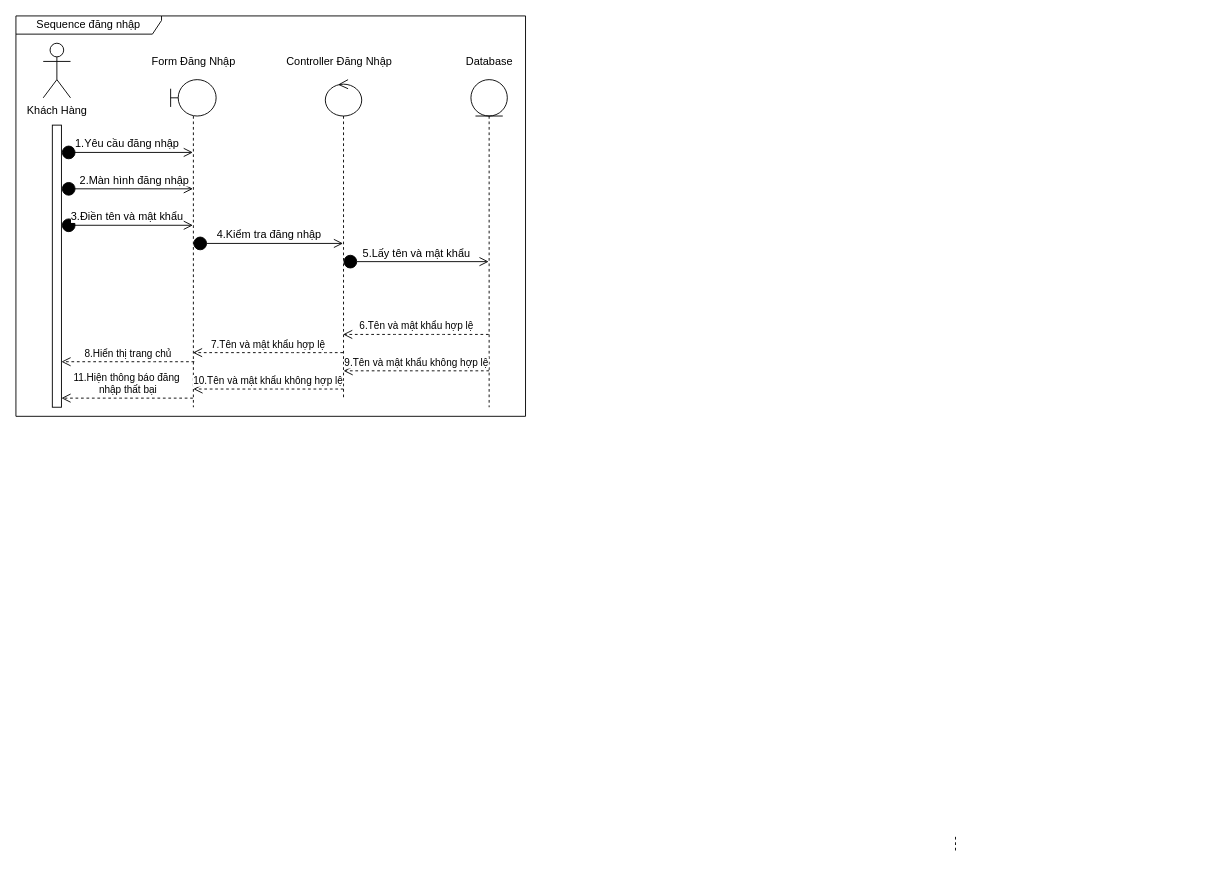
This is page "Page-1" (1 of 2) of img/bai1.drawio from truongflute/truongflute.github.io, a draw.io file, before an edit. Source tidied: cells renumbered, new cells numbered last; positions are measured from the earlier drawing's top-left corner, leaving out a move shared by most shapes. Both pictures are drawn from the tidied source at 91%, with x=0, y=0 at pixel (15, 15).
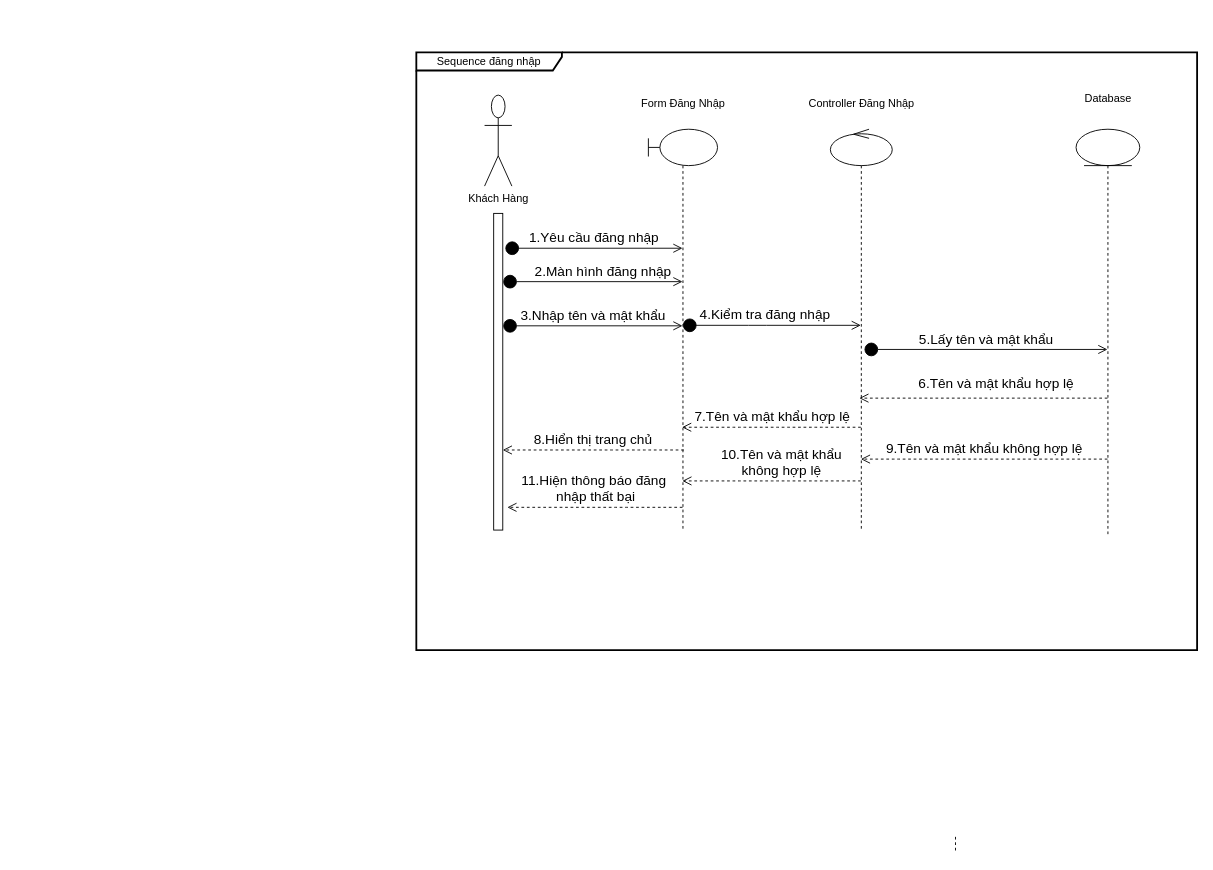
Above is the later version.

Diff of the diagram source:
```diff
@@
     <mxCell id="3" style="shape=umlLifeline;participant=umlBoundary;perimeter=lifelinePerimeter;whiteSpace=wrap;html=1;verticalAlign=top;spacingTop=36;outlineConnect=0;" parent="1" vertex="1">
-      <mxGeometry x="170" y="70" width="50" height="360" as="geometry" />
+      <mxGeometry x="695" y="124.5" width="76" height="440.5" as="geometry" />
     </mxCell>
     <mxCell id="4" style="shape=umlLifeline;participant=umlEntity;perimeter=lifelinePerimeter;whiteSpace=wrap;html=1;verticalAlign=top;spacingTop=36;outlineConnect=0;" parent="1" vertex="1">
-      <mxGeometry x="500" y="70" width="40" height="360" as="geometry" />
+      <mxGeometry x="1165" y="124.5" width="70" height="446.2" as="geometry" />
     </mxCell>
     <mxCell id="5" style="shape=umlLifeline;participant=umlControl;perimeter=lifelinePerimeter;whiteSpace=wrap;html=1;verticalAlign=top;spacingTop=36;outlineConnect=0;" parent="1" vertex="1">
-      <mxGeometry x="340" y="70" width="40" height="350" as="geometry" />
+      <mxGeometry x="895" y="124.5" width="68" height="442" as="geometry" />
     </mxCell>
+    <mxCell id="16" value="&lt;span style=&quot;font-size: 15px&quot;&gt;5.Lấy tên và mật khẩu&lt;/span&gt;" style="html=1;verticalAlign=bottom;startArrow=circle;startFill=1;endArrow=open;startSize=6;endSize=8;strokeWidth=1;" parent="5" edge="1" target="4">
+      <mxGeometry relative="1" as="geometry">
+        <mxPoint x="37" y="242" as="sourcePoint" />
+      </mxGeometry>
+    </mxCell>
     <mxCell id="6" value="Form Đăng Nhập&lt;br&gt;" style="text;html=1;align=center;verticalAlign=middle;" parent="1" vertex="1">
-      <mxGeometry x="140" y="40" width="110" height="20" as="geometry" />
+      <mxGeometry x="678" y="87" width="110" height="20" as="geometry" />
     </mxCell>
     <mxCell id="7" value="Controller Đăng Nhập&lt;br&gt;" style="text;html=1;align=center;verticalAlign=middle;" parent="1" vertex="1">
-      <mxGeometry x="290" y="40" width="130" height="20" as="geometry" />
+      <mxGeometry x="864" y="87" width="130" height="20" as="geometry" />
     </mxCell>
     <mxCell id="8" value="Database" style="text;html=1;align=center;verticalAlign=middle;" parent="1" vertex="1">
-      <mxGeometry x="485" y="40" width="70" height="20" as="geometry" />
+      <mxGeometry x="1165" y="80.5" width="70" height="20" as="geometry" />
     </mxCell>
-    <mxCell id="9" value="Khách Hàng" style="shape=umlActor;verticalLabelPosition=bottom;verticalAlign=top;html=1;" parent="1" vertex="1">
-      <mxGeometry x="30" y="30" width="30" height="60" as="geometry" />
+    <mxCell id="9" value="Khách Hàng" style="shape=umlActor;verticalLabelPosition=bottom;verticalAlign=top;html=1;strokeWidth=1;" parent="1" vertex="1">
+      <mxGeometry x="515" y="87" width="30" height="100" as="geometry" />
     </mxCell>
     <mxCell id="10" style="html=1;points=[];perimeter=orthogonalPerimeter;" parent="1" vertex="1">
-      <mxGeometry x="40" y="120" width="10" height="310" as="geometry" />
+      <mxGeometry x="525" y="217" width="10" height="348" as="geometry" />
     </mxCell>
-    <mxCell id="11" value="6.Tên và mật khẩu hợp lệ" style="html=1;verticalAlign=bottom;endArrow=open;dashed=1;endSize=8;" parent="1" edge="1" source="4" target="5">
-      <mxGeometry relative="1" as="geometry">
-        <Array as="points">
-          <mxPoint x="460" y="350" />
-          <mxPoint x="420" y="350" />
-        </Array>
-      </mxGeometry>
-    </mxCell>
-    <mxCell id="12" value="&lt;span style=&quot;font-size: 12px&quot;&gt;1.Yêu cầu đăng nhập&lt;/span&gt;" style="html=1;verticalAlign=bottom;startArrow=circle;startFill=1;endArrow=open;startSize=6;endSize=8;" parent="1" edge="1" target="3">
-      <mxGeometry relative="1" as="geometry">
-        <mxPoint x="50" y="150" as="sourcePoint" />
-      </mxGeometry>
+    <mxCell id="12" value="&lt;font style=&quot;font-size: 15px&quot;&gt;1.Yêu cầu đăng nhập&lt;/font&gt;" style="html=1;verticalAlign=bottom;startArrow=circle;startFill=1;endArrow=open;startSize=6;endSize=8;exitX=1.235;exitY=0.11;exitDx=0;exitDy=0;exitPerimeter=0;" parent="1" edge="1" source="10" target="3">
+      <mxGeometry relative="1" as="geometry" />
     </mxCell>
-    <mxCell id="13" value="&lt;span style=&quot;font-size: 12px&quot;&gt;2.Màn hình đăng nhập&lt;/span&gt;" style="html=1;verticalAlign=bottom;startArrow=circle;startFill=1;endArrow=open;startSize=6;endSize=8;" parent="1" edge="1" target="3">
+    <mxCell id="13" value="&lt;font style=&quot;font-size: 15px&quot;&gt;2.Màn hình đăng nhập&lt;/font&gt;" style="html=1;verticalAlign=bottom;startArrow=circle;startFill=1;endArrow=open;startSize=6;endSize=8;" parent="1" edge="1" target="3">
       <mxGeometry x="0.11" relative="1" as="geometry">
-        <mxPoint x="50" y="190" as="sourcePoint" />
+        <mxPoint x="535" y="292" as="sourcePoint" />
       </mxGeometry>
     </mxCell>
-    <mxCell id="14" value="&lt;span style=&quot;font-size: 12px&quot;&gt;3.Điền tên và mật khẩu&lt;/span&gt;" style="html=1;verticalAlign=bottom;startArrow=circle;startFill=1;endArrow=open;startSize=6;endSize=8;exitX=1;exitY=0.355;exitDx=0;exitDy=0;exitPerimeter=0;" parent="1" edge="1" source="10" target="3">
+    <mxCell id="14" value="&lt;font style=&quot;font-size: 15px&quot;&gt;3.Nhập tên và mật khẩu&lt;/font&gt;" style="html=1;verticalAlign=bottom;startArrow=circle;startFill=1;endArrow=open;startSize=6;endSize=8;exitX=1;exitY=0.355;exitDx=0;exitDy=0;exitPerimeter=0;" parent="1" edge="1" source="10" target="3">
       <mxGeometry relative="1" as="geometry" />
     </mxCell>
-    <mxCell id="15" value="&lt;span style=&quot;font-size: 12px&quot;&gt;4.Kiểm tra đăng nhập&lt;/span&gt;" style="html=1;verticalAlign=bottom;startArrow=circle;startFill=1;endArrow=open;startSize=6;endSize=8;" parent="1" edge="1" source="3" target="5">
-      <mxGeometry relative="1" as="geometry" />
+    <mxCell id="15" value="&lt;font style=&quot;font-size: 15px&quot;&gt;4.Kiểm tra đăng nhập&lt;/font&gt;" style="html=1;verticalAlign=bottom;startArrow=circle;startFill=1;endArrow=open;startSize=6;endSize=8;" parent="1" edge="1" source="3" target="5">
+      <mxGeometry x="-0.08" relative="1" as="geometry">
+        <Array as="points">
+          <mxPoint x="815" y="340" />
+        </Array>
+      </mxGeometry>
     </mxCell>
-    <mxCell id="16" value="&lt;span style=&quot;font-size: 12px&quot;&gt;5.Lấy tên và mật khẩu&lt;/span&gt;" style="html=1;verticalAlign=bottom;startArrow=circle;startFill=1;endArrow=open;startSize=6;endSize=8;" parent="1" edge="1" source="5" target="4">
-      <mxGeometry relative="1" as="geometry">
-        <Array as="points">
-          <mxPoint x="360" y="270" />
-        </Array>
-      </mxGeometry>
-    </mxCell>
-    <mxCell id="17" value="7.Tên và mật khẩu hợp lệ" style="html=1;verticalAlign=bottom;endArrow=open;dashed=1;endSize=8;" parent="1" edge="1" source="5" target="3">
+    <mxCell id="17" value="&lt;font style=&quot;font-size: 15px&quot;&gt;7.Tên và mật khẩu hợp lệ&lt;/font&gt;" style="html=1;verticalAlign=bottom;endArrow=open;dashed=1;endSize=8;strokeWidth=1;" parent="1" edge="1" source="5">
       <mxGeometry relative="1" as="geometry">
+        <mxPoint x="732" y="452" as="targetPoint" />
         <Array as="points">
-          <mxPoint x="340.7" y="370" />
-          <mxPoint x="300.7" y="370" />
-          <mxPoint x="260.7" y="370" />
+          <mxPoint x="878.7" y="452" />
+          <mxPoint x="838.7" y="452" />
+          <mxPoint x="798.7" y="452" />
         </Array>
       </mxGeometry>
     </mxCell>
-    <mxCell id="18" value="8.Hiển thị trang chủ" style="html=1;verticalAlign=bottom;endArrow=open;dashed=1;endSize=8;" parent="1" edge="1">
+    <mxCell id="18" value="&lt;font style=&quot;font-size: 15px&quot;&gt;8.Hiển thị trang chủ&lt;/font&gt;" style="html=1;verticalAlign=bottom;endArrow=open;dashed=1;endSize=8;" parent="1" edge="1" target="10">
       <mxGeometry relative="1" as="geometry">
-        <mxPoint x="196" y="380" as="sourcePoint" />
-        <mxPoint x="50" y="380" as="targetPoint" />
+        <mxPoint x="734" y="477" as="sourcePoint" />
         <Array as="points">
-          <mxPoint x="196" y="380" />
-          <mxPoint x="156" y="380" />
-          <mxPoint x="116" y="380" />
+          <mxPoint x="734" y="477" />
+          <mxPoint x="694" y="477" />
+          <mxPoint x="654" y="477" />
         </Array>
       </mxGeometry>
     </mxCell>
-    <mxCell id="19" value="9.Tên và mật khẩu không hợp lệ" style="html=1;verticalAlign=bottom;endArrow=open;dashed=1;endSize=8;" parent="1" edge="1">
+    <mxCell id="19" value="&lt;font style=&quot;font-size: 15px&quot;&gt;9.Tên và mật khẩu không hợp lệ&lt;/font&gt;" style="html=1;verticalAlign=bottom;endArrow=open;dashed=1;endSize=8;" parent="1" edge="1" source="4" target="5">
       <mxGeometry relative="1" as="geometry">
-        <mxPoint x="520" y="390" as="sourcePoint" />
-        <mxPoint x="360" y="390" as="targetPoint" />
         <Array as="points">
-          <mxPoint x="465.5" y="390" />
-          <mxPoint x="425.5" y="390" />
+          <mxPoint x="1003.5" y="487" />
+          <mxPoint x="963.5" y="487" />
         </Array>
       </mxGeometry>
     </mxCell>
-    <mxCell id="20" value="10.Tên và mật khẩu không hợp lệ" style="html=1;verticalAlign=bottom;endArrow=open;dashed=1;endSize=8;" parent="1" edge="1">
-      <mxGeometry relative="1" as="geometry">
-        <mxPoint x="360" y="410" as="sourcePoint" />
-        <mxPoint x="195" y="410" as="targetPoint" />
+    <mxCell id="20" value="&lt;font style=&quot;font-size: 15px&quot;&gt;10.Tên và mật khẩu &lt;br&gt;không hợp lệ&lt;/font&gt;" style="html=1;verticalAlign=bottom;endArrow=open;dashed=1;endSize=8;" parent="1" edge="1">
+      <mxGeometry x="-0.1" relative="1" as="geometry">
+        <mxPoint x="928.5" y="511" as="sourcePoint" />
+        <mxPoint x="732.3" y="511" as="targetPoint" />
         <Array as="points">
-          <mxPoint x="290.3" y="410" />
-          <mxPoint x="250.3" y="410" />
+          <mxPoint x="840" y="511" />
+          <mxPoint x="788.3" y="511" />
         </Array>
       </mxGeometry>
     </mxCell>
-    <mxCell id="21" value="11.Hiện thông báo đăng&amp;nbsp;&lt;br&gt;nhập thất bại" style="html=1;verticalAlign=bottom;endArrow=open;dashed=1;endSize=8;" parent="1" edge="1" source="3">
+    <mxCell id="21" value="&lt;font style=&quot;font-size: 15px&quot;&gt;11.Hiện thông báo đăng&amp;nbsp;&lt;br&gt;nhập thất bại&lt;/font&gt;" style="html=1;verticalAlign=bottom;endArrow=open;dashed=1;endSize=8;" parent="1" edge="1" source="3">
       <mxGeometry relative="1" as="geometry">
-        <mxPoint x="50" y="420" as="targetPoint" />
+        <mxPoint x="540" y="540" as="targetPoint" />
         <Array as="points">
-          <mxPoint x="105.3" y="420" />
+          <mxPoint x="665" y="540" />
         </Array>
       </mxGeometry>
     </mxCell>
-    <mxCell id="22" value="Sequence đăng nhập" style="shape=umlFrame;whiteSpace=wrap;html=1;width=160;height=20;" parent="1" vertex="1">
-      <mxGeometry width="560" height="440" as="geometry" />
+    <mxCell id="22" value="Sequence đăng nhập" style="shape=umlFrame;whiteSpace=wrap;html=1;width=160;height=20;strokeWidth=2;swimlaneFillColor=none;" parent="1" vertex="1">
+      <mxGeometry x="440" y="40" width="858" height="657" as="geometry" />
     </mxCell>
+    <mxCell id="11" value="&lt;font style=&quot;font-size: 15px&quot;&gt;6.Tên và mật khẩu hợp lệ&lt;/font&gt;" style="html=1;verticalAlign=bottom;endArrow=open;dashed=1;endSize=8;strokeWidth=1;" parent="1" edge="1" source="4">
+      <mxGeometry x="-0.1" y="-5" relative="1" as="geometry">
+        <mxPoint x="926.8" y="420" as="targetPoint" />
+        <Array as="points">
+          <mxPoint x="1097.7" y="420" />
+          <mxPoint x="1057.7" y="420" />
+          <mxPoint x="1005.5" y="420" />
+        </Array>
+      </mxGeometry>
+    </mxCell>
```
